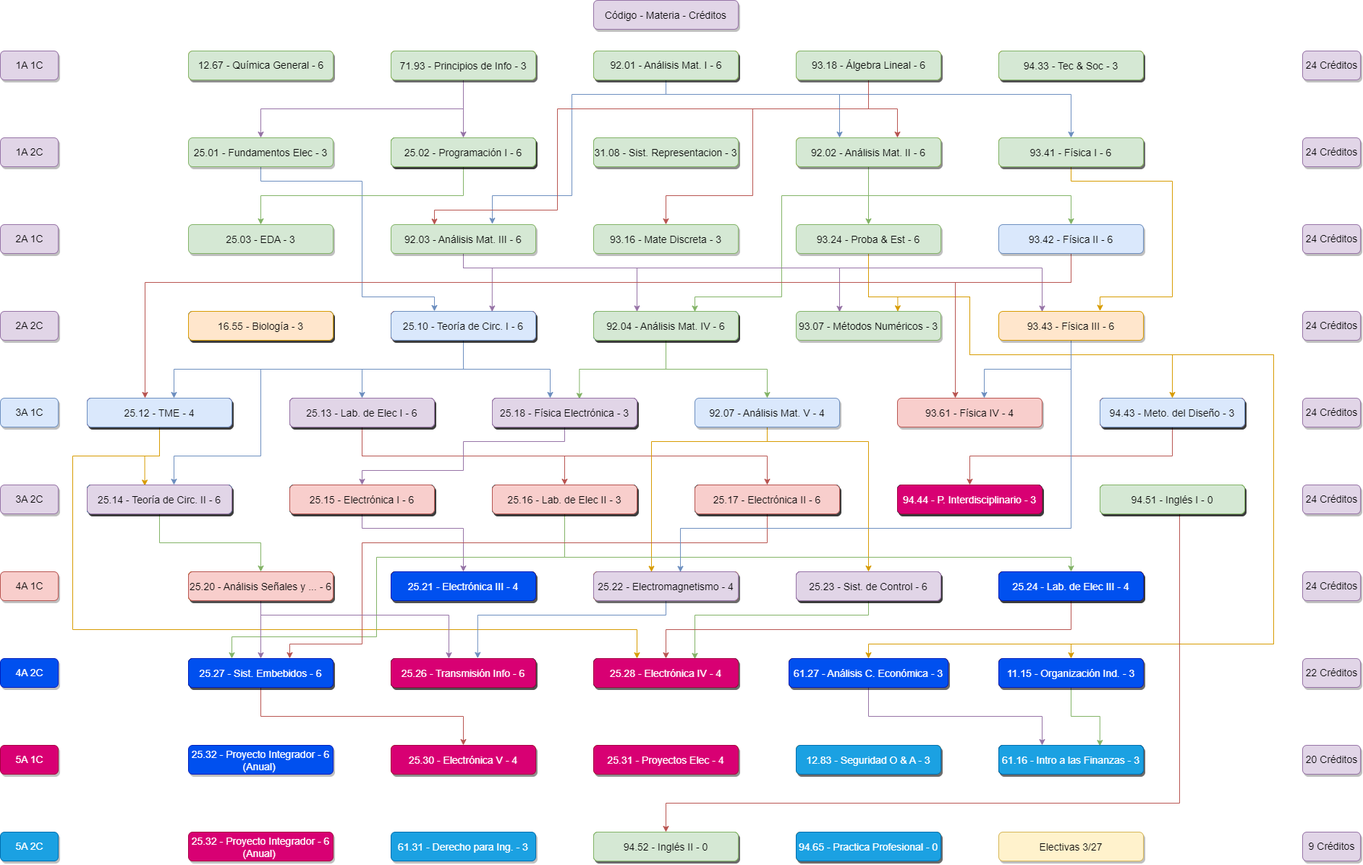
Earlier version of the draw.io export K22.drawio.png (juanipla/K22). Source tidied: cells renumbered, new cells last; positions are measured from the earlier drawing's top-left corner, leaving out a move shared by most shapes.
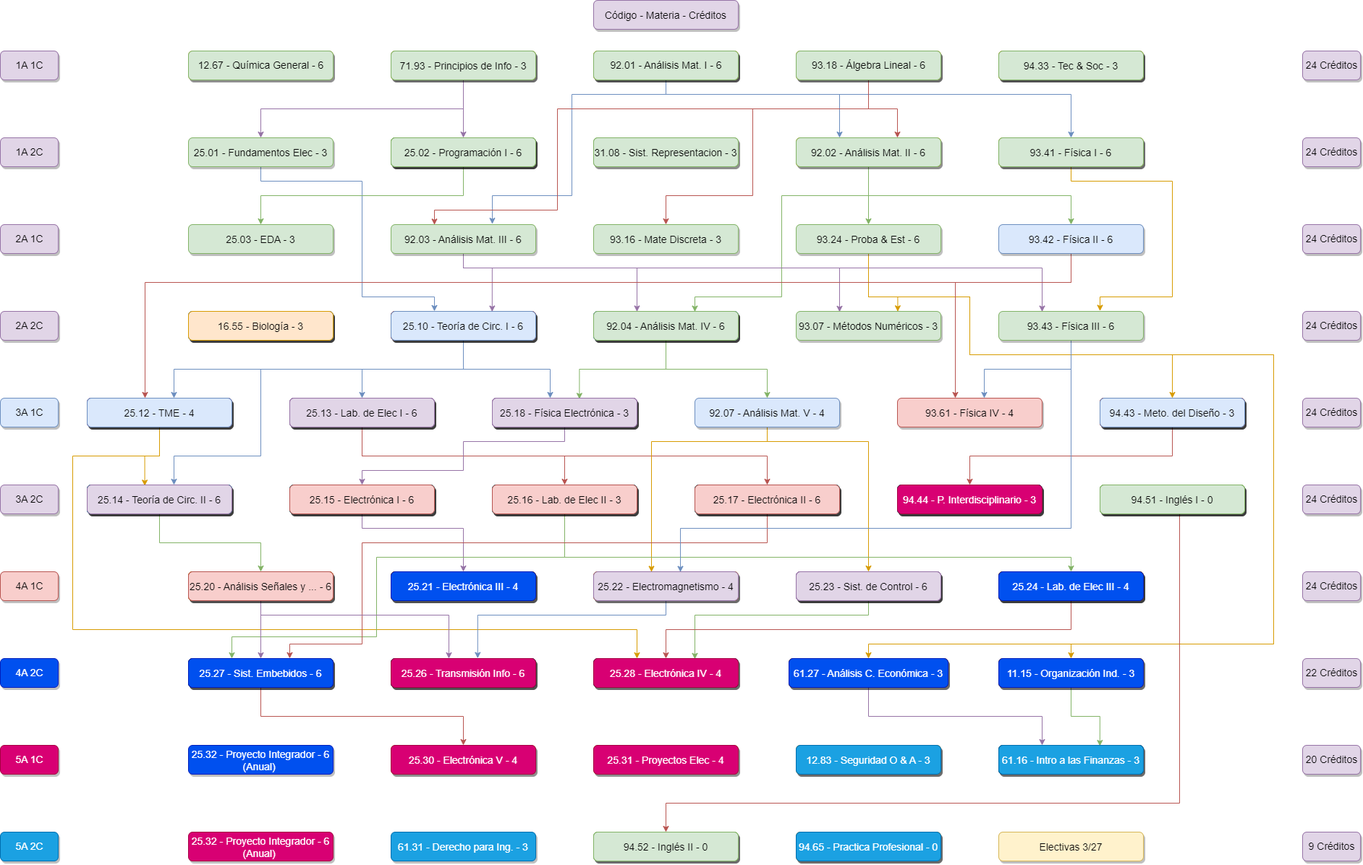
The same file after the commit.

The edit, as a diff of the source:
```diff
@@ -507,7 +507,7 @@
         </Array>
       </mxGeometry>
     </mxCell>
-    <mxCell id="90" value="93.43 - Física III - 6" style="rounded=1;fillColor=#ffe6cc;strokeColor=#d79b00;shadow=1;fontStyle=0;fontSize=14;labelBorderColor=none;labelBackgroundColor=none;verticalAlign=middle;" parent="1" vertex="1">
+    <mxCell id="90" value="93.43 - Física III - 6" style="rounded=1;fillColor=#d5e8d4;strokeColor=#82b366;shadow=1;fontStyle=0;fontSize=14;labelBorderColor=none;labelBackgroundColor=none;verticalAlign=middle;" parent="1" vertex="1">
       <mxGeometry x="1380" y="430" width="200" height="40" as="geometry" />
     </mxCell>
     <mxCell id="91" style="edgeStyle=orthogonalEdgeStyle;rounded=0;jumpStyle=none;jettySize=auto;html=1;entryX=0.5;entryY=0;entryDx=0;entryDy=0;fillColor=#e1d5e7;strokeColor=#9673a6;" parent="1" edge="1" source="93" target="102">
```
